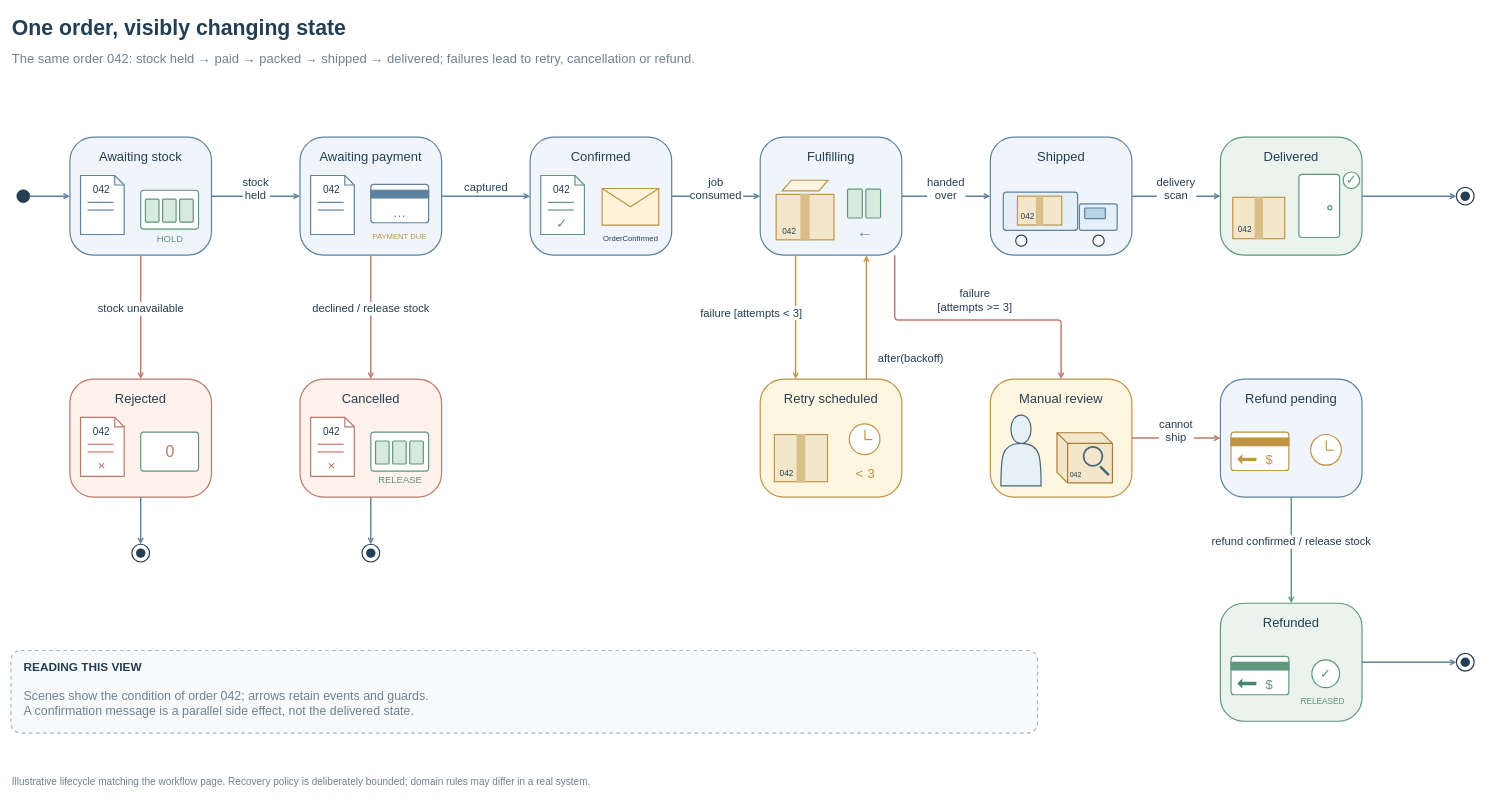
The draw.io diagram page "Order lifecycle" (2 of 2) of examples/ecommerce-order.drawio in henry867/drawio-visuals-skill, before the edit. Source tidied: cells renumbered, new cells numbered last; positions are measured from the earlier drawing's top-left corner, leaving out a move shared by most shapes. Both pictures are drawn from the tidied source at 59%, with x=0, y=0 at pixel (11, 10).
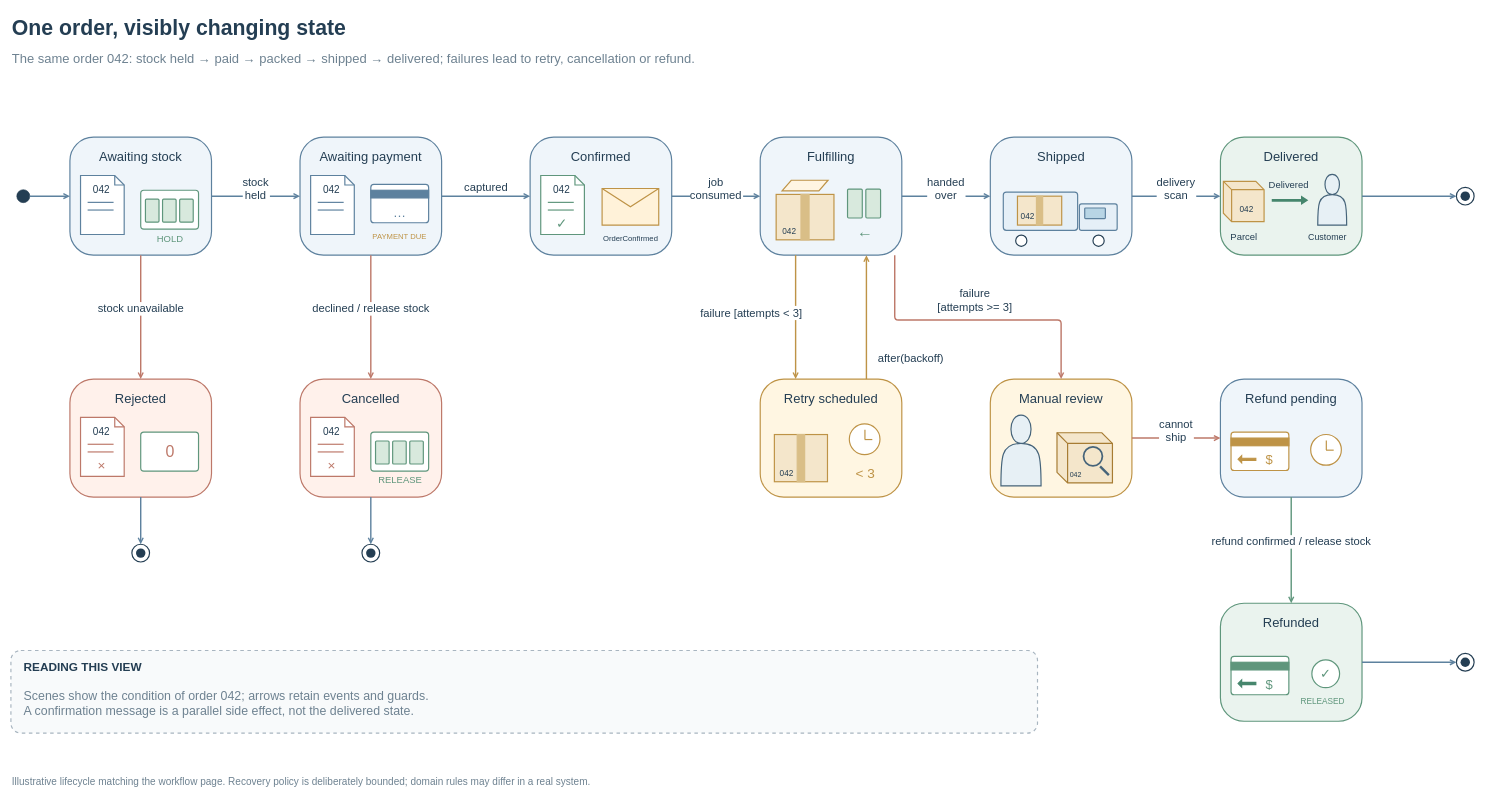
The same diagram, later.

Unchanged cells that the change refers to:
```xml
<mxCell id="10" value="Delivered" style="html=1;whiteSpace=wrap;fontFamily=Helvetica;fontSize=22;fontColor=#243E53;rounded=1;arcSize=12;fillColor=#EAF3EE;strokeColor=#5F967C;strokeWidth=2;arcSize=20;fontSize=22;verticalAlign=top;spacingTop=14;fontSize=22;" parent="1" vertex="1">
  <mxGeometry x="2050" y="215" width="240" height="200" as="geometry" />
</mxCell>
```

Change to the diagram source:
```diff
@@
-    <mxCell id="85" style="html=1;whiteSpace=wrap;fontFamily=Helvetica;fontSize=16;fontColor=#243E53;strokeWidth=2;rounded=1;arcSize=8;strokeColor=#5F967C;fillColor=#FFFFFF;" parent="10" vertex="1">
-      <mxGeometry x="133" y="63" width="69" height="107" as="geometry" />
-    </mxCell>
-    <mxCell id="86" style="html=1;whiteSpace=wrap;fontFamily=Helvetica;fontSize=16;fontColor=#243E53;strokeWidth=2;ellipse;fillColor=#FFFFFF;strokeColor=#5F967C;fontColor=#5F967C;fontSize=22;" parent="85" vertex="1">
-      <mxGeometry x="49" y="53" width="7" height="7" as="geometry" />
-    </mxCell>
-    <mxCell id="87" style="html=1;whiteSpace=wrap;fontFamily=Helvetica;fontSize=16;fontColor=#243E53;strokeWidth=2;rounded=1;arcSize=8;strokeColor=#BE9346;fillColor=#F4E6CB;rounded=0;" parent="10" vertex="1">
-      <mxGeometry x="21" y="102" width="88" height="70" as="geometry" />
-    </mxCell>
-    <mxCell id="88" style="html=1;whiteSpace=wrap;fontFamily=Helvetica;fontSize=16;fontColor=#243E53;strokeWidth=2;rounded=1;arcSize=8;strokeColor=#D9BE87;fillColor=#D9BE87;rounded=0;" parent="87" vertex="1">
-      <mxGeometry x="37.8" width="12.3" height="70" as="geometry" />
-    </mxCell>
-    <mxCell id="89" value="042" style="html=1;whiteSpace=wrap;fontFamily=Helvetica;fontSize=16;fontColor=#243E53;strokeWidth=2;text;strokeColor=none;fillColor=none;fontSize=15;fontColor=#243E53;fontSize=14;align=center;verticalAlign=middle;spacing=0;" parent="87" vertex="1">
-      <mxGeometry x="5" y="44" width="30.8" height="21" as="geometry" />
-    </mxCell>
-    <mxCell id="90" value="✓" style="html=1;whiteSpace=wrap;fontFamily=Helvetica;fontSize=16;fontColor=#243E53;strokeWidth=2;ellipse;fillColor=#FFFFFF;strokeColor=#5F967C;fontColor=#5F967C;fontSize=22;" parent="10" vertex="1">
-      <mxGeometry x="208" y="59" width="28" height="28" as="geometry" />
-    </mxCell>
@@
+    <mxCell id="87" style="html=1;whiteSpace=wrap;fontFamily=Helvetica;fontSize=20;fontColor=#243E53;strokeWidth=2;shape=cube;size=14;fillColor=#F4E6CB;strokeColor=#BE9346;" parent="10" vertex="1">
+      <mxGeometry x="5" y="75" width="69" height="68" as="geometry" />
+    </mxCell>
+    <mxCell id="89" value="042" style="html=1;whiteSpace=wrap;fontFamily=Helvetica;fontSize=20;fontColor=#243E53;strokeWidth=2;text;strokeColor=none;fillColor=none;align=center;verticalAlign=middle;fontSize=14;" parent="87" vertex="1">
+      <mxGeometry x="20" y="37" width="39" height="22" as="geometry" />
+    </mxCell>
+    <mxCell id="133" style="html=1;whiteSpace=wrap;fontFamily=Helvetica;fontSize=20;fontColor=#243E53;strokeWidth=2;shape=actor;fillColor=#E7F0F5;strokeColor=#46647A;" parent="10" vertex="1">
+      <mxGeometry x="165" y="63" width="49" height="86" as="geometry" />
+    </mxCell>
+    <mxCell id="134" style="html=1;whiteSpace=wrap;fontFamily=Helvetica;fontSize=20;fontColor=#243E53;strokeWidth=2;shape=singleArrow;direction=east;fillColor=#46866D;strokeColor=none;" parent="10" vertex="1">
+      <mxGeometry x="87" y="99" width="62" height="16" as="geometry" />
+    </mxCell>
+    <mxCell id="135" value="Delivered" style="html=1;whiteSpace=wrap;fontFamily=Helvetica;fontSize=20;fontColor=#243E53;strokeWidth=2;text;strokeColor=none;fillColor=none;align=center;verticalAlign=middle;fontSize=16;" parent="10" vertex="1">
+      <mxGeometry x="76" y="68" width="80" height="25" as="geometry" />
+    </mxCell>
+    <mxCell id="136" value="Parcel" style="html=1;whiteSpace=wrap;fontFamily=Helvetica;fontSize=20;fontColor=#243E53;strokeWidth=2;text;strokeColor=none;fillColor=none;align=center;verticalAlign=middle;fontSize=16;" parent="10" vertex="1">
+      <mxGeometry y="155" width="80" height="25" as="geometry" />
+    </mxCell>
+    <mxCell id="137" value="Customer" style="html=1;whiteSpace=wrap;fontFamily=Helvetica;fontSize=20;fontColor=#243E53;strokeWidth=2;text;strokeColor=none;fillColor=none;align=center;verticalAlign=middle;fontSize=15;" parent="10" vertex="1">
+      <mxGeometry x="143" y="155" width="77" height="25" as="geometry" />
+    </mxCell>
```
